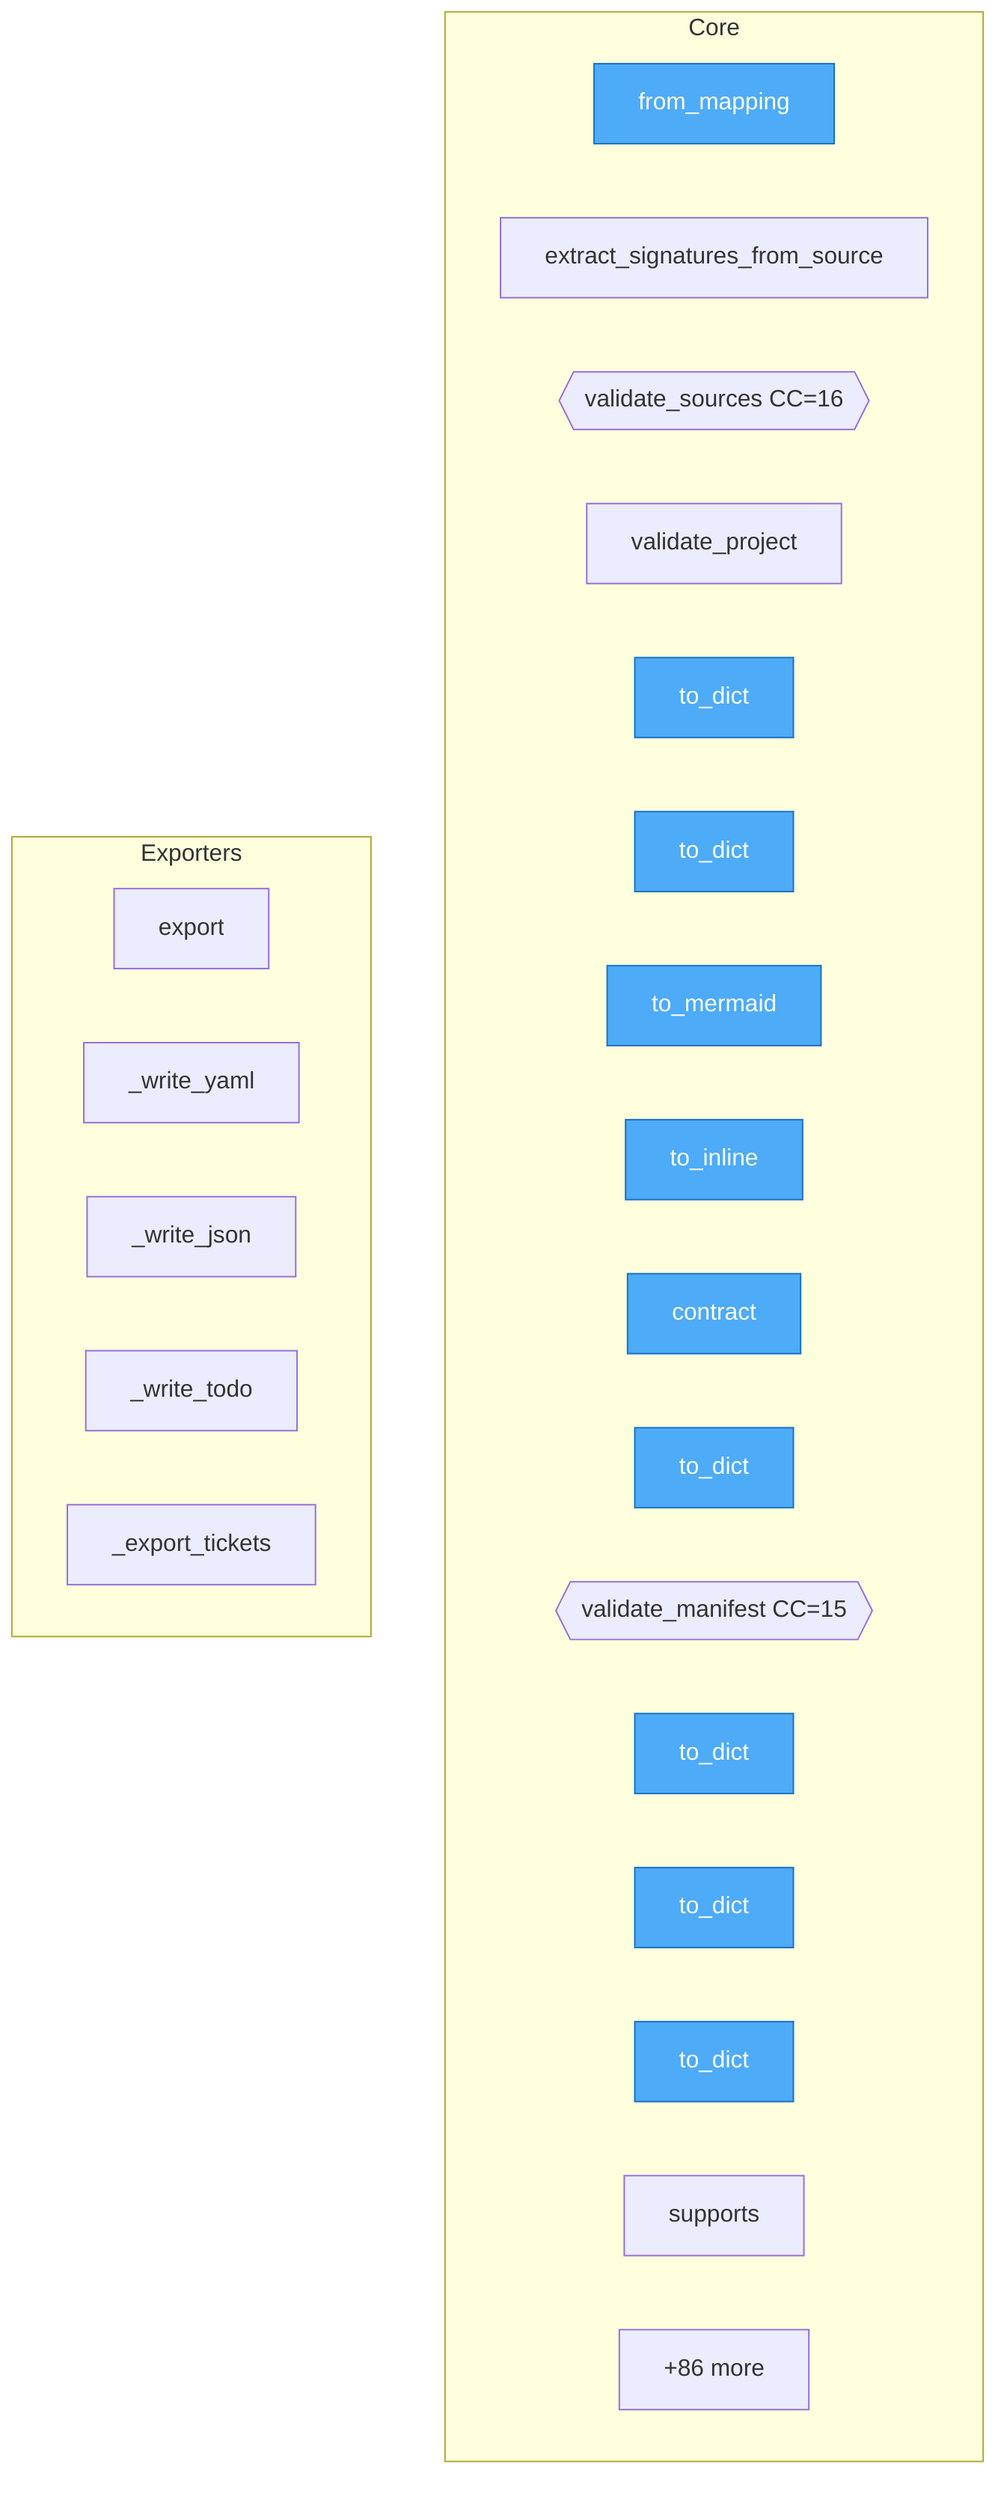
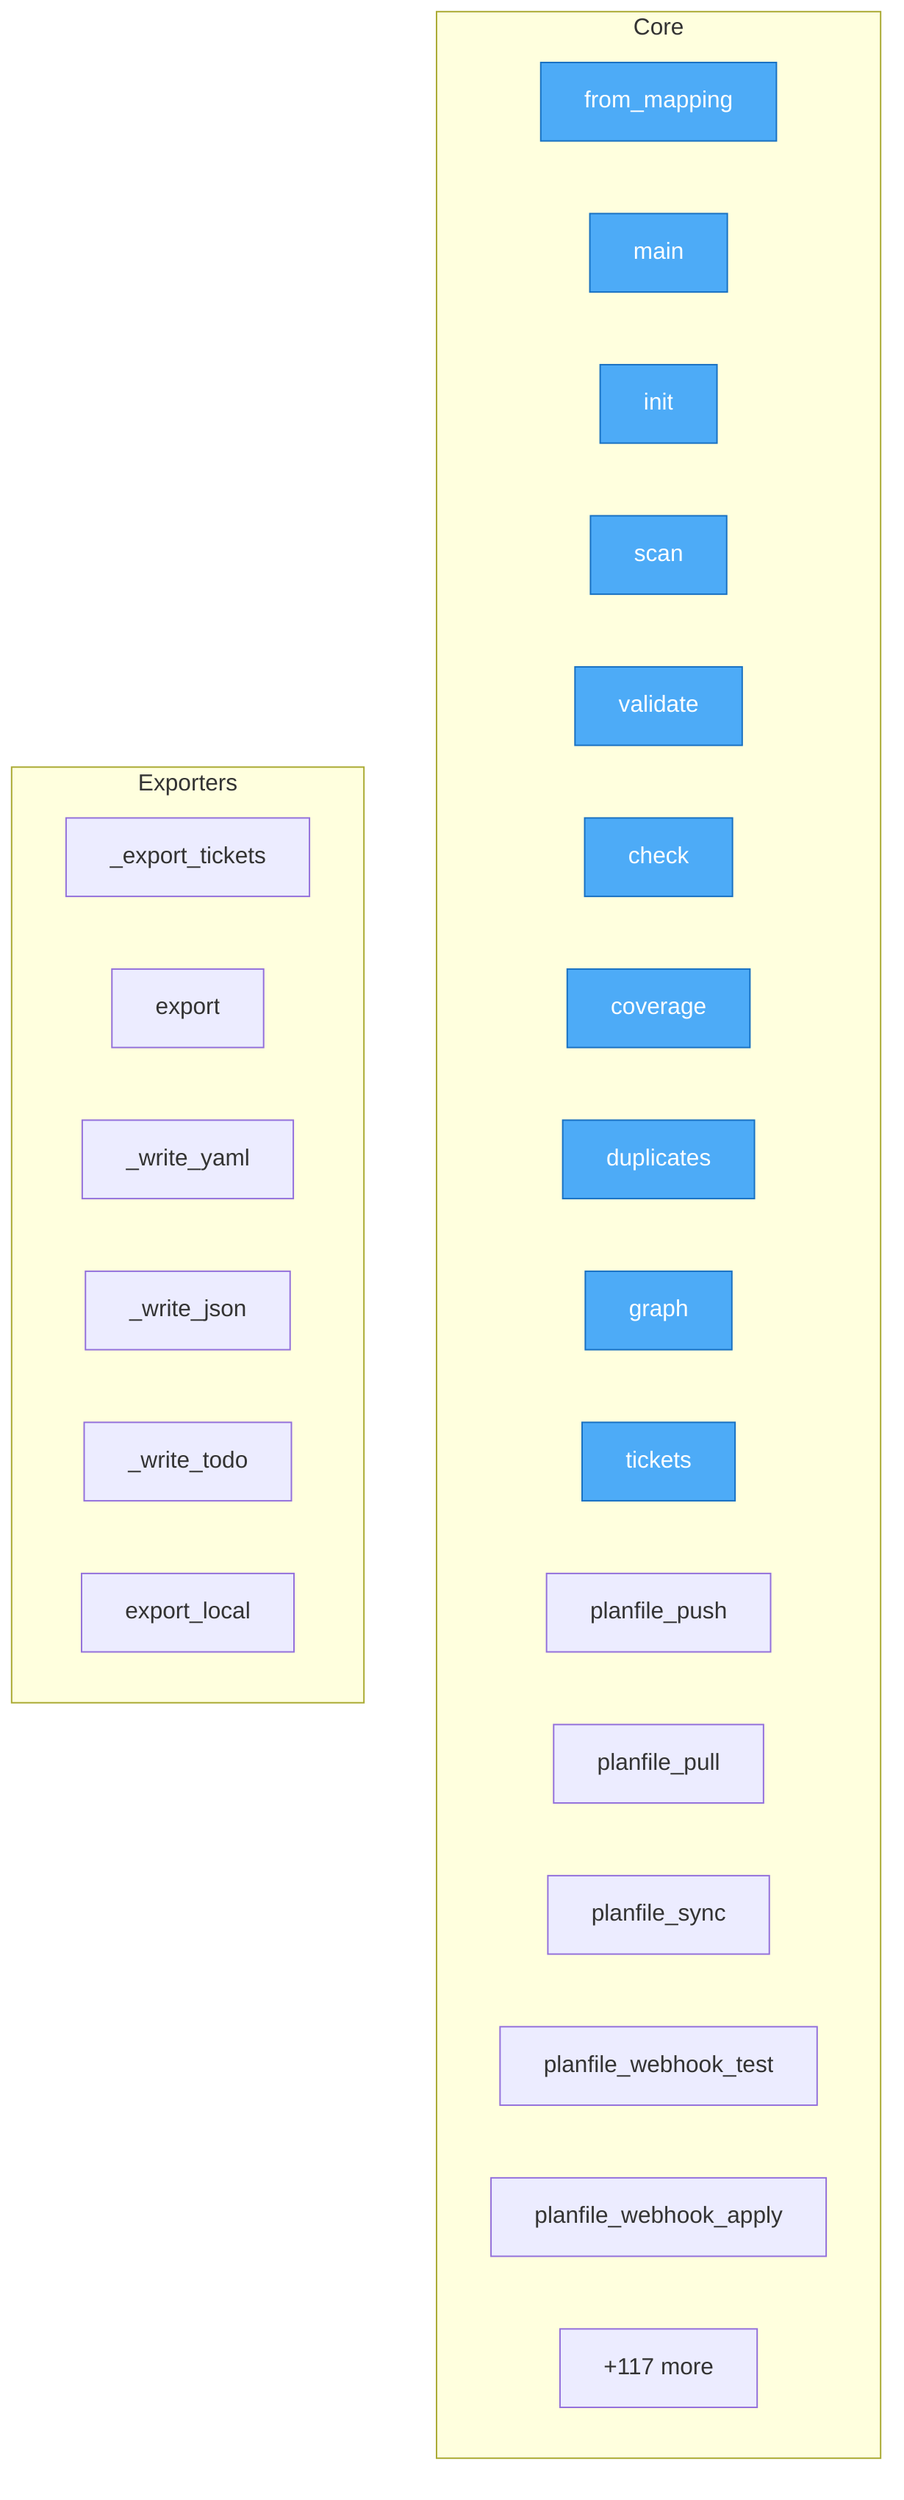
flowchart TD
- %% generated in 0.01s
+ %% generated in 0.02s

    %% Entry points (blue)
    classDef entry fill:#4dabf7,stroke:#1971c2,color:#fff

    subgraph Core
        src__intract__config__IntractConfig__from_mapping["from_mapping"]
-         src__intract__project__extract_signatures_from_sources["extract_signatures_from_source"]
-         src__intract__project__validate_sources{{validate_sources CC=16}}
-         src__intract__project__validate_project["validate_project"]
-         src__intract__coverage__CoverageReport__to_dict["to_dict"]
-         src__intract__graph__ContractGraph__to_dict["to_dict"]
-         src__intract__graph__ContractGraph__to_mermaid["to_mermaid"]
-         src__intract__sdk__ContractBuilder__to_inline["to_inline"]
-         src__intract__sdk__contract["contract"]
-         src__intract__manifest_schema__ManifestValidationReport__to_dict["to_dict"]
-         src__intract__manifest_schema__validate_manifest{{validate_manifest CC=15}}
-         src__intract__duplicates__grouping__DuplicateContract__to_dict["to_dict"]
-         src__intract__duplicates__grouping__IntentDuplicateGroup__to_dict["to_dict"]
-         src__intract__validators__artifacts__ArtifactValidationReport__to_dict["to_dict"]
-         src__intract__validators__input_output__InputPresenceRule__supports["supports"]
-         ...["+86 more"]
+         src__intract__cli__main["main"]
+         src__intract__cli__init["init"]
+         src__intract__cli__scan["scan"]
+         src__intract__cli__validate["validate"]
+         src__intract__cli__check["check"]
+         src__intract__cli__coverage["coverage"]
+         src__intract__cli__duplicates["duplicates"]
+         src__intract__cli__graph["graph"]
+         src__intract__cli__tickets["tickets"]
+         src__intract__cli__planfile_push["planfile_push"]
+         src__intract__cli__planfile_pull["planfile_pull"]
+         src__intract__cli__planfile_sync["planfile_sync"]
+         src__intract__cli__planfile_webhook_test["planfile_webhook_test"]
+         src__intract__cli__planfile_webhook_apply["planfile_webhook_apply"]
+         ...["+117 more"]
    end

    subgraph Exporters
+         src__intract__cli___export_tickets["_export_tickets"]
        src__intract__integrations__planfile__PlanfileExporter__export["export"]
        src__intract__integrations__planfile__PlanfileExporter___write_yaml["_write_yaml"]
        src__intract__integrations__planfile__PlanfileExporter___write_json["_write_json"]
        src__intract__integrations__planfile__PlanfileExporter___write_todo["_write_todo"]
-         src__intract__cli___export_tickets["_export_tickets"]
+         src__intract__integrations__planfile_adapter__PlanfileApiAdapter__export_local["export_local"]
    end

-     class src__intract__config__IntractConfig__from_mapping,src__intract__coverage__CoverageReport__to_dict,src__intract__graph__ContractGraph__to_dict,src__intract__graph__ContractGraph__to_mermaid,src__intract__sdk__ContractBuilder__to_inline,src__intract__sdk__contract,src__intract__manifest_schema__ManifestValidationReport__to_dict,src__intract__duplicates__grouping__DuplicateContract__to_dict,src__intract__duplicates__grouping__IntentDuplicateGroup__to_dict,src__intract__validators__artifacts__ArtifactValidationReport__to_dict entry
+     class src__intract__config__IntractConfig__from_mapping,src__intract__cli__main,src__intract__cli__init,src__intract__cli__scan,src__intract__cli__validate,src__intract__cli__check,src__intract__cli__coverage,src__intract__cli__duplicates,src__intract__cli__graph,src__intract__cli__tickets entry
